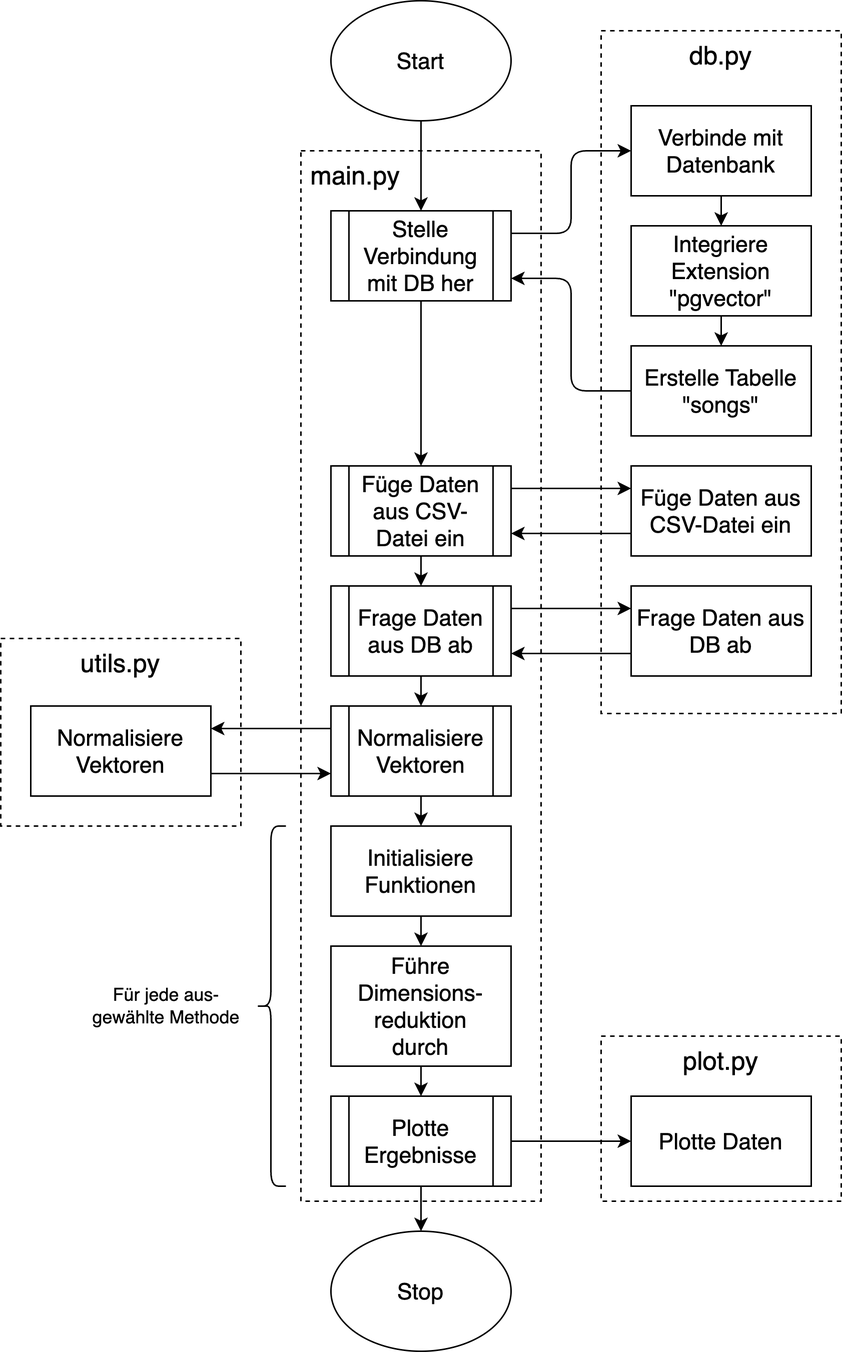
Earlier version of the draw.io export doc/assets/flowchart.drawio.png (GehriJan/music-vector-visualization). Source tidied: cells renumbered, new cells last; positions are measured from the earlier drawing's top-left corner, leaving out a move shared by most shapes.
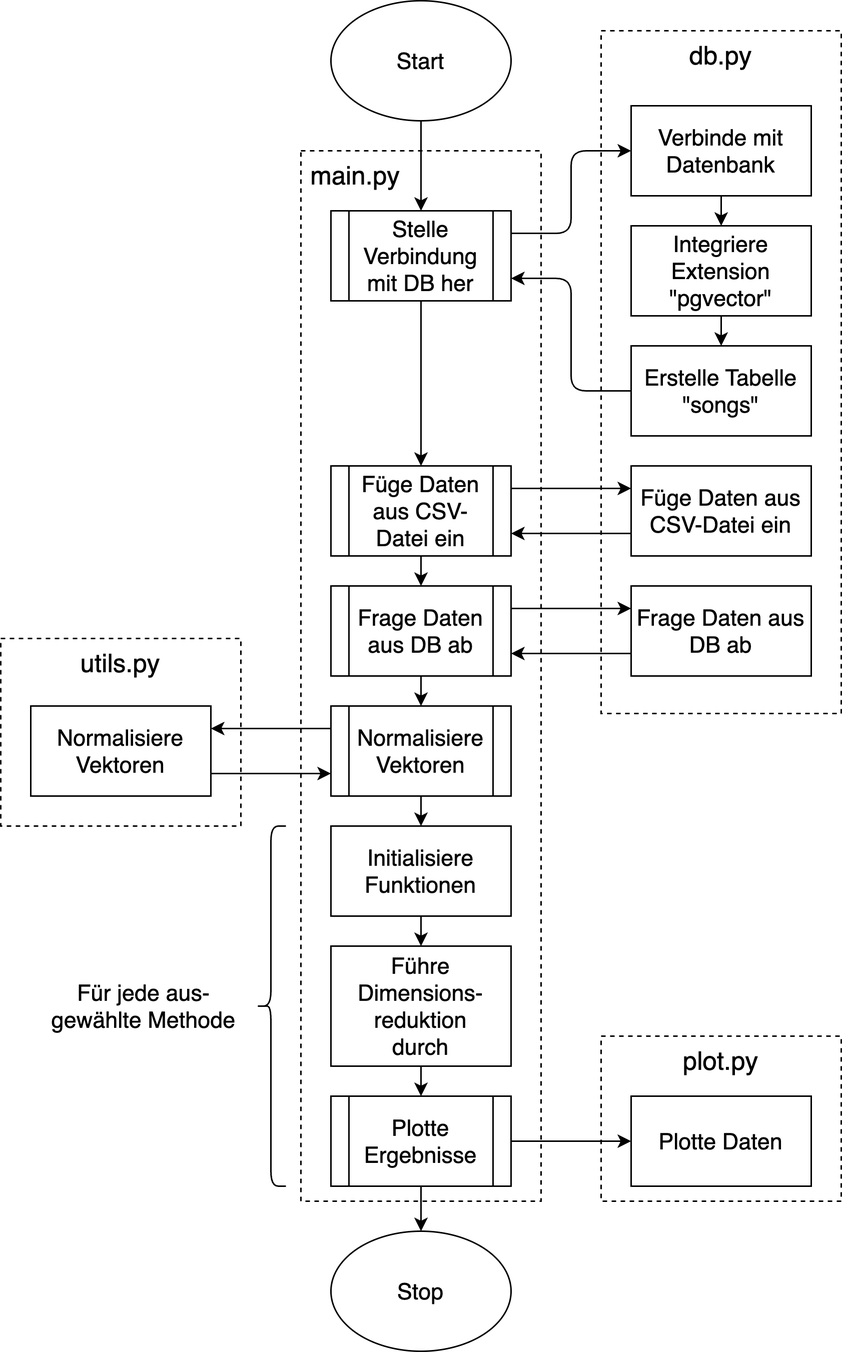
Later version of the same file.

What changed in the source:
```diff
@@ -127,8 +127,8 @@
     <mxCell id="42" style="shape=curlyBracket;whiteSpace=wrap;html=1;rounded=1;labelPosition=left;verticalLabelPosition=middle;align=right;verticalAlign=middle;" parent="1" vertex="1">
       <mxGeometry x="170" y="550" width="20" height="240" as="geometry" />
     </mxCell>
-    <mxCell id="43" value="Für jede aus-&lt;br&gt;gewählte Methode" style="text;html=1;align=center;verticalAlign=middle;strokeColor=none;fillColor=none;" parent="1" vertex="1">
-      <mxGeometry x="50" y="650" width="120" height="40" as="geometry" />
+    <mxCell id="43" value="Für jede aus-&lt;br style=&quot;font-size: 15px;&quot;&gt;gewählte Methode" style="text;html=1;align=center;verticalAlign=middle;strokeColor=none;fillColor=none;fontSize=15;" parent="1" vertex="1">
+      <mxGeometry x="20" y="645" width="150" height="50" as="geometry" />
     </mxCell>
   </root>
 </mxGraphModel>
```
